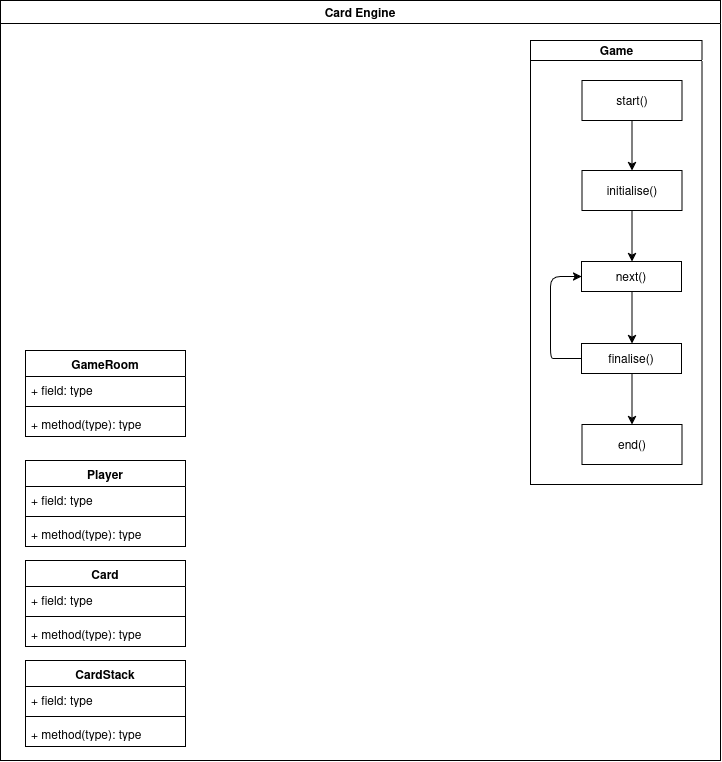
This is docs/specification/card-engine/CardEngineDiagram.png from Shornana/card-game-online, a draw.io export, as it was before one commit. Source tidied: cells renumbered, new cells last; positions are measured from the earlier drawing's top-left corner, leaving out a move shared by most shapes.
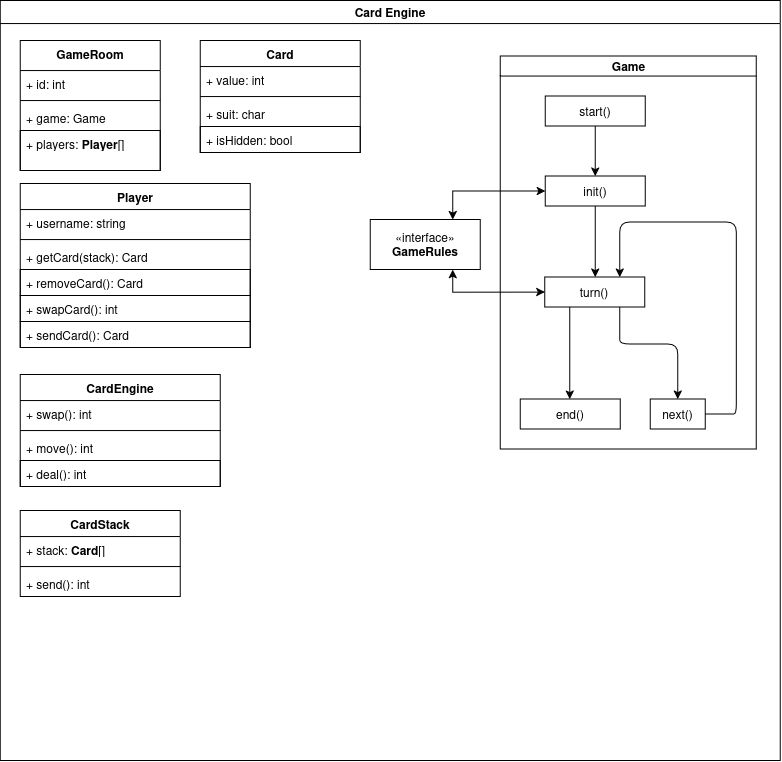
The same file after the commit.

What changed in the source:
```diff
@@ -3,111 +3,154 @@
     <mxCell id="0" />
     <mxCell id="1" parent="0" />
     <mxCell id="2" value="Card Engine" style="swimlane;whiteSpace=wrap;html=1;" parent="1" vertex="1">
-      <mxGeometry x="65" y="70" width="720" height="760" as="geometry" />
+      <mxGeometry x="65" y="70" width="780" height="760" as="geometry" />
     </mxCell>
     <mxCell id="3" value="&lt;div&gt;Card&lt;/div&gt;&lt;div&gt;&lt;br&gt;&lt;/div&gt;" style="swimlane;fontStyle=1;align=center;verticalAlign=top;horizontal=1;startSize=26;whiteSpace=wrap;html=1;" parent="2" vertex="1">
-      <mxGeometry x="25" y="560" width="160" height="86" as="geometry" />
+      <mxGeometry x="200" y="40" width="160" height="112" as="geometry" />
     </mxCell>
-    <mxCell id="4" value="+ field: type" style="text;strokeColor=none;fillColor=none;align=left;verticalAlign=top;spacingLeft=4;spacingRight=4;overflow=hidden;whiteSpace=wrap;html=1;" parent="3" vertex="1">
+    <mxCell id="4" value="+ value: int" style="text;strokeColor=none;fillColor=none;align=left;verticalAlign=top;spacingLeft=4;spacingRight=4;overflow=hidden;whiteSpace=wrap;html=1;" parent="3" vertex="1">
       <mxGeometry y="26" width="160" height="26" as="geometry" />
     </mxCell>
     <mxCell id="5" style="line;strokeWidth=1;fillColor=none;align=left;verticalAlign=middle;spacingTop=-1;spacingLeft=3;spacingRight=3;labelPosition=right;strokeColor=inherit;" parent="3" vertex="1">
       <mxGeometry y="52" width="160" height="8" as="geometry" />
     </mxCell>
-    <mxCell id="6" value="+ method(type): type" style="text;strokeColor=none;fillColor=none;align=left;verticalAlign=top;spacingLeft=4;spacingRight=4;overflow=hidden;whiteSpace=wrap;html=1;" parent="3" vertex="1">
+    <mxCell id="6" value="+ suit: char" style="text;strokeColor=none;fillColor=none;align=left;verticalAlign=top;spacingLeft=4;spacingRight=4;overflow=hidden;whiteSpace=wrap;html=1;" parent="3" vertex="1">
       <mxGeometry y="60" width="160" height="26" as="geometry" />
     </mxCell>
+    <mxCell id="30" value="+ isHidden: bool" style="text;strokeColor=default;fillColor=none;align=left;verticalAlign=top;spacingLeft=4;spacingRight=4;overflow=hidden;whiteSpace=wrap;html=1;" parent="3" vertex="1">
+      <mxGeometry y="86" width="160" height="26" as="geometry" />
+    </mxCell>
     <mxCell id="7" value="&lt;div&gt;CardStack&lt;/div&gt;" style="swimlane;fontStyle=1;align=center;verticalAlign=top;horizontal=1;startSize=26;whiteSpace=wrap;html=1;" parent="2" vertex="1">
-      <mxGeometry x="25" y="660" width="160" height="86" as="geometry" />
+      <mxGeometry x="20" y="510" width="160" height="86" as="geometry" />
     </mxCell>
-    <mxCell id="8" value="+ field: type" style="text;strokeColor=none;fillColor=none;align=left;verticalAlign=top;spacingLeft=4;spacingRight=4;overflow=hidden;whiteSpace=wrap;html=1;" parent="7" vertex="1">
+    <mxCell id="8" value="+ stack: &lt;b&gt;Card&lt;/b&gt;[]" style="text;strokeColor=none;fillColor=none;align=left;verticalAlign=top;spacingLeft=4;spacingRight=4;overflow=hidden;whiteSpace=wrap;html=1;" parent="7" vertex="1">
       <mxGeometry y="26" width="160" height="26" as="geometry" />
     </mxCell>
     <mxCell id="9" style="line;strokeWidth=1;fillColor=none;align=left;verticalAlign=middle;spacingTop=-1;spacingLeft=3;spacingRight=3;labelPosition=right;strokeColor=inherit;" parent="7" vertex="1">
       <mxGeometry y="52" width="160" height="8" as="geometry" />
     </mxCell>
-    <mxCell id="10" value="+ method(type): type" style="text;strokeColor=none;fillColor=none;align=left;verticalAlign=top;spacingLeft=4;spacingRight=4;overflow=hidden;whiteSpace=wrap;html=1;" parent="7" vertex="1">
+    <mxCell id="10" value="+ send(): int" style="text;strokeColor=none;fillColor=none;align=left;verticalAlign=top;spacingLeft=4;spacingRight=4;overflow=hidden;whiteSpace=wrap;html=1;" parent="7" vertex="1">
       <mxGeometry y="60" width="160" height="26" as="geometry" />
     </mxCell>
     <mxCell id="11" value="Player" style="swimlane;fontStyle=1;align=center;verticalAlign=top;horizontal=1;startSize=26;whiteSpace=wrap;html=1;" parent="2" vertex="1">
-      <mxGeometry x="25" y="460" width="160" height="86" as="geometry" />
+      <mxGeometry x="20" y="183" width="230" height="164" as="geometry" />
     </mxCell>
-    <mxCell id="12" value="+ field: type" style="text;strokeColor=none;fillColor=none;align=left;verticalAlign=top;spacingLeft=4;spacingRight=4;overflow=hidden;whiteSpace=wrap;html=1;" parent="11" vertex="1">
-      <mxGeometry y="26" width="160" height="26" as="geometry" />
+    <mxCell id="12" value="+ username: string" style="text;strokeColor=none;fillColor=none;align=left;verticalAlign=top;spacingLeft=4;spacingRight=4;overflow=hidden;whiteSpace=wrap;html=1;" parent="11" vertex="1">
+      <mxGeometry y="26" width="230" height="26" as="geometry" />
     </mxCell>
     <mxCell id="13" style="line;strokeWidth=1;fillColor=none;align=left;verticalAlign=middle;spacingTop=-1;spacingLeft=3;spacingRight=3;labelPosition=right;strokeColor=inherit;" parent="11" vertex="1">
-      <mxGeometry y="52" width="160" height="8" as="geometry" />
+      <mxGeometry y="52" width="230" height="8" as="geometry" />
     </mxCell>
-    <mxCell id="14" value="+ method(type): type" style="text;strokeColor=none;fillColor=none;align=left;verticalAlign=top;spacingLeft=4;spacingRight=4;overflow=hidden;whiteSpace=wrap;html=1;" parent="11" vertex="1">
-      <mxGeometry y="60" width="160" height="26" as="geometry" />
+    <mxCell id="14" value="+ getCard(stack): Card" style="text;strokeColor=none;fillColor=none;align=left;verticalAlign=top;spacingLeft=4;spacingRight=4;overflow=hidden;whiteSpace=wrap;html=1;" parent="11" vertex="1">
+      <mxGeometry y="60" width="230" height="26" as="geometry" />
     </mxCell>
+    <mxCell id="31" value="+ removeCard(): Card" style="text;strokeColor=default;fillColor=none;align=left;verticalAlign=top;spacingLeft=4;spacingRight=4;overflow=hidden;whiteSpace=wrap;html=1;" parent="11" vertex="1">
+      <mxGeometry y="86" width="230" height="26" as="geometry" />
+    </mxCell>
+    <mxCell id="32" value="+ swapCard(): int" style="text;strokeColor=default;fillColor=none;align=left;verticalAlign=top;spacingLeft=4;spacingRight=4;overflow=hidden;whiteSpace=wrap;html=1;" parent="11" vertex="1">
+      <mxGeometry y="112" width="230" height="26" as="geometry" />
+    </mxCell>
+    <mxCell id="33" value="+ sendCard(): Card" style="text;strokeColor=default;fillColor=none;align=left;verticalAlign=top;spacingLeft=4;spacingRight=4;overflow=hidden;whiteSpace=wrap;html=1;" parent="11" vertex="1">
+      <mxGeometry y="138" width="230" height="26" as="geometry" />
+    </mxCell>
     <mxCell id="15" value="&lt;div&gt;Game&lt;/div&gt;" style="swimlane;html=1;startSize=20;horizontal=1;fontSize=12;transparentBounds=1;groupPadding=20;containerType=tree;" parent="2" vertex="1">
-      <mxGeometry x="-65" y="-70" width="550" height="600" as="geometry" />
+      <mxGeometry x="-65" y="-70" width="896" height="600" as="geometry" />
     </mxCell>
     <mxCell id="16" value="start()" style="whiteSpace=wrap;html=1;" parent="15" vertex="1">
-      <mxGeometry x="646.5" y="150" width="100" height="40" as="geometry" />
+      <mxGeometry x="610" y="165.5" width="100" height="30" as="geometry" />
     </mxCell>
-    <mxCell id="17" value="initialise()" style="whiteSpace=wrap;html=1;" parent="15" vertex="1">
-      <mxGeometry x="646.5" y="240" width="100" height="40" as="geometry" />
+    <mxCell id="17" value="init()" style="whiteSpace=wrap;html=1;" parent="15" vertex="1">
+      <mxGeometry x="610" y="245.5" width="100" height="30" as="geometry" />
     </mxCell>
+    <mxCell id="34" style="edgeStyle=orthogonalEdgeStyle;rounded=1;jettySize=auto;html=1;exitX=1;exitY=0.5;exitDx=0;exitDy=0;entryX=0.75;entryY=0;entryDx=0;entryDy=0;curved=0;" parent="15" edge="1" source="18" target="22">
+      <mxGeometry relative="1" as="geometry">
+        <Array as="points">
+          <mxPoint x="791" y="483.5" />
+          <mxPoint x="801" y="483.5" />
+          <mxPoint x="801" y="291.5" />
+          <mxPoint x="684.5" y="291.5" />
+          <mxPoint x="684.5" y="325.5" />
+        </Array>
+      </mxGeometry>
+    </mxCell>
-    <mxCell id="18" value="end()" style="whiteSpace=wrap;html=1;" parent="15" vertex="1">
-      <mxGeometry x="646.5" y="494" width="100" height="40" as="geometry" />
+    <mxCell id="18" value="&lt;div&gt;next()&lt;/div&gt;" style="whiteSpace=wrap;html=1;" parent="15" vertex="1">
+      <mxGeometry x="715" y="468.5" width="55" height="30" as="geometry" />
     </mxCell>
     <mxCell id="19" style="html=1;rounded=1;curved=0;sourcePerimeterSpacing=0;targetPerimeterSpacing=0;startSize=6;endSize=6;edgeStyle=orthogonalEdgeStyle;exitX=0.5;exitY=1;entryX=0.5;entryY=0;" parent="15" edge="1" source="16" target="17">
       <mxGeometry relative="1" as="geometry">
         <Array as="points">
-          <mxPoint x="696.5" y="215" />
+          <mxPoint x="660" y="220.5" />
         </Array>
       </mxGeometry>
     </mxCell>
-    <mxCell id="20" style="html=1;rounded=1;curved=0;sourcePerimeterSpacing=0;targetPerimeterSpacing=0;startSize=6;endSize=6;edgeStyle=orthogonalEdgeStyle;exitX=0.505;exitY=1;entryX=0.5;entryY=0;" parent="15" edge="1" source="24" target="18">
-      <mxGeometry relative="1" as="geometry">
-        <Array as="points">
-          <mxPoint x="696.5" y="469" />
-        </Array>
-      </mxGeometry>
-    </mxCell>
     <mxCell id="21" style="html=1;rounded=1;curved=0;sourcePerimeterSpacing=0;targetPerimeterSpacing=0;startSize=6;endSize=6;edgeStyle=orthogonalEdgeStyle;exitX=0.5;exitY=1;entryX=0.505;entryY=0;" parent="15" edge="1" source="17" target="22">
       <mxGeometry relative="1" as="geometry">
         <Array as="points">
-          <mxPoint x="696.5" y="305" />
+          <mxPoint x="660" y="310.5" />
         </Array>
       </mxGeometry>
     </mxCell>
+    <mxCell id="35" style="edgeStyle=orthogonalEdgeStyle;rounded=1;jettySize=auto;html=1;exitX=0.75;exitY=1;exitDx=0;exitDy=0;entryX=0.5;entryY=0;entryDx=0;entryDy=0;curved=0;" parent="15" edge="1" source="22" target="18">
+      <mxGeometry relative="1" as="geometry">
+        <Array as="points">
+          <mxPoint x="684.5" y="397.5" />
+          <mxPoint x="684.5" y="413.5" />
+          <mxPoint x="742.5" y="413.5" />
+          <mxPoint x="742.5" y="447.5" />
+        </Array>
+      </mxGeometry>
+    </mxCell>
-    <mxCell id="22" value="next()" style="rounded=0;whiteSpace=wrap;html=1;" parent="15" vertex="1">
-      <mxGeometry x="646" y="331" width="100" height="30" as="geometry" />
+    <mxCell id="22" value="turn()" style="rounded=0;whiteSpace=wrap;html=1;" parent="15" vertex="1">
+      <mxGeometry x="609.5" y="346.5" width="100" height="30" as="geometry" />
     </mxCell>
-    <mxCell id="23" style="edgeStyle=orthogonalEdgeStyle;rounded=1;jettySize=auto;html=1;exitX=0;exitY=0.5;exitDx=0;exitDy=0;entryX=0;entryY=0.5;entryDx=0;entryDy=0;curved=0;" parent="15" edge="1" source="24" target="22">
-      <mxGeometry relative="1" as="geometry">
-        <Array as="points">
-          <mxPoint x="625" y="428" />
-          <mxPoint x="615" y="428" />
-          <mxPoint x="615" y="346" />
-          <mxPoint x="625" y="346" />
-        </Array>
-      </mxGeometry>
-    </mxCell>
-    <mxCell id="24" value="finalise()" style="rounded=0;whiteSpace=wrap;html=1;" parent="15" vertex="1">
-      <mxGeometry x="646" y="413" width="100" height="30" as="geometry" />
+    <mxCell id="24" value="end()" style="rounded=0;whiteSpace=wrap;html=1;" parent="15" vertex="1">
+      <mxGeometry x="585" y="468.5" width="100" height="30" as="geometry" />
     </mxCell>
-    <mxCell id="25" style="html=1;rounded=1;curved=0;sourcePerimeterSpacing=0;targetPerimeterSpacing=0;startSize=6;endSize=6;edgeStyle=orthogonalEdgeStyle;exitX=0.505;exitY=1;entryX=0.505;entryY=0;" parent="15" edge="1" source="22" target="24">
+    <mxCell id="25" style="html=1;rounded=1;curved=0;sourcePerimeterSpacing=0;targetPerimeterSpacing=0;startSize=6;endSize=6;edgeStyle=orthogonalEdgeStyle;exitX=0.25;exitY=1;exitDx=0;exitDy=0;entryX=0.495;entryY=0;" parent="15" edge="1" source="22" target="24">
       <mxGeometry relative="1" as="geometry">
         <Array as="points">
-          <mxPoint x="696.5" y="387" />
+          <mxPoint x="634.5" y="387.5" />
         </Array>
       </mxGeometry>
     </mxCell>
-    <mxCell id="26" value="GameRoom" style="swimlane;fontStyle=1;align=center;verticalAlign=top;horizontal=1;startSize=26;whiteSpace=wrap;html=1;" parent="2" vertex="1">
-      <mxGeometry x="25" y="350" width="160" height="86" as="geometry" />
+    <mxCell id="26" value="GameRoom" style="swimlane;fontStyle=1;align=center;verticalAlign=top;horizontal=1;startSize=30;whiteSpace=wrap;html=1;" parent="2" vertex="1">
+      <mxGeometry x="20" y="40" width="140" height="130" as="geometry" />
     </mxCell>
-    <mxCell id="27" value="+ field: type" style="text;strokeColor=none;fillColor=none;align=left;verticalAlign=top;spacingLeft=4;spacingRight=4;overflow=hidden;whiteSpace=wrap;html=1;" parent="26" vertex="1">
-      <mxGeometry y="26" width="160" height="26" as="geometry" />
+    <mxCell id="27" value="+ id: int" style="text;strokeColor=none;fillColor=none;align=left;verticalAlign=top;spacingLeft=4;spacingRight=4;overflow=hidden;whiteSpace=wrap;html=1;" parent="26" vertex="1">
+      <mxGeometry y="30" width="140" height="26" as="geometry" />
     </mxCell>
     <mxCell id="28" style="line;strokeWidth=1;fillColor=none;align=left;verticalAlign=middle;spacingTop=-1;spacingLeft=3;spacingRight=3;labelPosition=right;strokeColor=inherit;" parent="26" vertex="1">
-      <mxGeometry y="52" width="160" height="8" as="geometry" />
+      <mxGeometry y="56" width="140" height="8" as="geometry" />
     </mxCell>
-    <mxCell id="29" value="+ method(type): type" style="text;strokeColor=none;fillColor=none;align=left;verticalAlign=top;spacingLeft=4;spacingRight=4;overflow=hidden;whiteSpace=wrap;html=1;" parent="26" vertex="1">
-      <mxGeometry y="60" width="160" height="26" as="geometry" />
+    <mxCell id="29" value="+ game: Game" style="text;strokeColor=none;fillColor=none;align=left;verticalAlign=top;spacingLeft=4;spacingRight=4;overflow=hidden;whiteSpace=wrap;html=1;" parent="26" vertex="1">
+      <mxGeometry y="64" width="140" height="26" as="geometry" />
     </mxCell>
+    <mxCell id="36" value="+ players: &lt;b&gt;Player&lt;/b&gt;[]" style="text;strokeColor=default;fillColor=none;align=left;verticalAlign=top;spacingLeft=4;spacingRight=4;overflow=hidden;whiteSpace=wrap;html=1;" parent="26" vertex="1">
+      <mxGeometry y="90" width="140" height="40" as="geometry" />
+    </mxCell>
+    <mxCell id="37" value="CardEngine" style="swimlane;fontStyle=1;align=center;verticalAlign=top;horizontal=1;startSize=26;whiteSpace=wrap;html=1;" parent="2" vertex="1">
+      <mxGeometry x="20" y="374" width="200" height="112" as="geometry" />
+    </mxCell>
+    <mxCell id="38" value="+ swap(): int" style="text;strokeColor=none;fillColor=none;align=left;verticalAlign=top;spacingLeft=4;spacingRight=4;overflow=hidden;whiteSpace=wrap;html=1;" parent="37" vertex="1">
+      <mxGeometry y="26" width="200" height="26" as="geometry" />
+    </mxCell>
+    <mxCell id="39" style="line;strokeWidth=1;fillColor=none;align=left;verticalAlign=middle;spacingTop=-1;spacingLeft=3;spacingRight=3;labelPosition=right;strokeColor=inherit;" parent="37" vertex="1">
+      <mxGeometry y="52" width="200" height="8" as="geometry" />
+    </mxCell>
+    <mxCell id="40" value="+ move(): int" style="text;strokeColor=none;fillColor=none;align=left;verticalAlign=top;spacingLeft=4;spacingRight=4;overflow=hidden;whiteSpace=wrap;html=1;" parent="37" vertex="1">
+      <mxGeometry y="60" width="200" height="26" as="geometry" />
+    </mxCell>
+    <mxCell id="41" value="+ deal(): int" style="text;strokeColor=default;fillColor=none;align=left;verticalAlign=top;spacingLeft=4;spacingRight=4;overflow=hidden;whiteSpace=wrap;html=1;" parent="37" vertex="1">
+      <mxGeometry y="86" width="200" height="26" as="geometry" />
+    </mxCell>
+    <mxCell id="42" value="&lt;div&gt;«interface»&lt;/div&gt;&lt;div&gt;&lt;b&gt;GameRules&lt;/b&gt;&lt;/div&gt;" style="html=1;whiteSpace=wrap;" parent="2" vertex="1">
+      <mxGeometry x="370" y="219" width="110" height="50" as="geometry" />
+    </mxCell>
+    <mxCell id="43" style="edgeStyle=orthogonalEdgeStyle;rounded=0;jettySize=auto;html=1;exitX=0;exitY=0.5;exitDx=0;exitDy=0;entryX=0.75;entryY=0;entryDx=0;entryDy=0;strokeColor=default;startArrow=classic;startFill=1;" parent="2" edge="1" source="17" target="42">
+      <mxGeometry relative="1" as="geometry" />
+    </mxCell>
+    <mxCell id="44" style="edgeStyle=orthogonalEdgeStyle;rounded=0;jettySize=auto;html=1;exitX=0;exitY=0.5;exitDx=0;exitDy=0;entryX=0.75;entryY=1;entryDx=0;entryDy=0;startArrow=classic;startFill=1;" parent="2" edge="1" source="22" target="42">
+      <mxGeometry relative="1" as="geometry" />
+    </mxCell>
   </root>
 </mxGraphModel>
```
